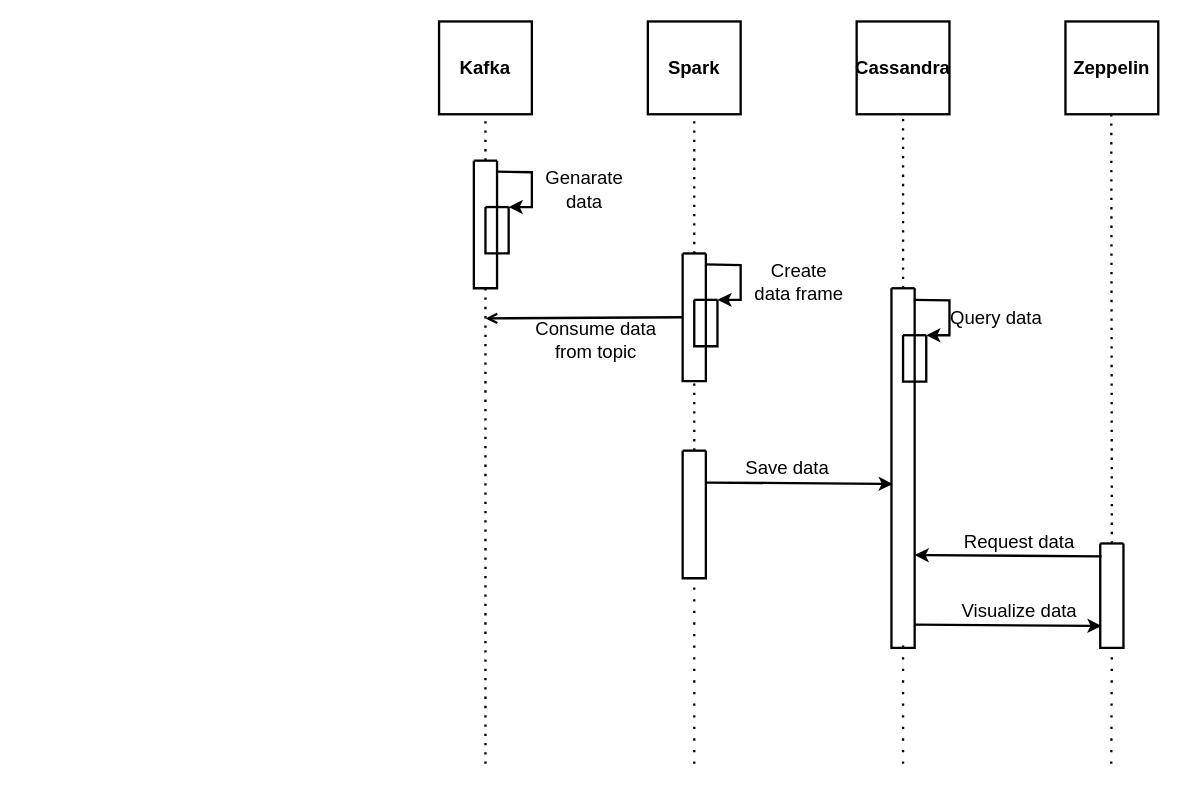
Before: sequence-diagram-thesis.drawio in datdonguyen99/demoGit, a draw.io diagram. Source tidied: cells renumbered, new cells numbered last; positions are measured from the earlier drawing's top-left corner, leaving out a move shared by most shapes. Both pictures are drawn from the tidied source at 116%, with x=0, y=0 at pixel (438, 21).
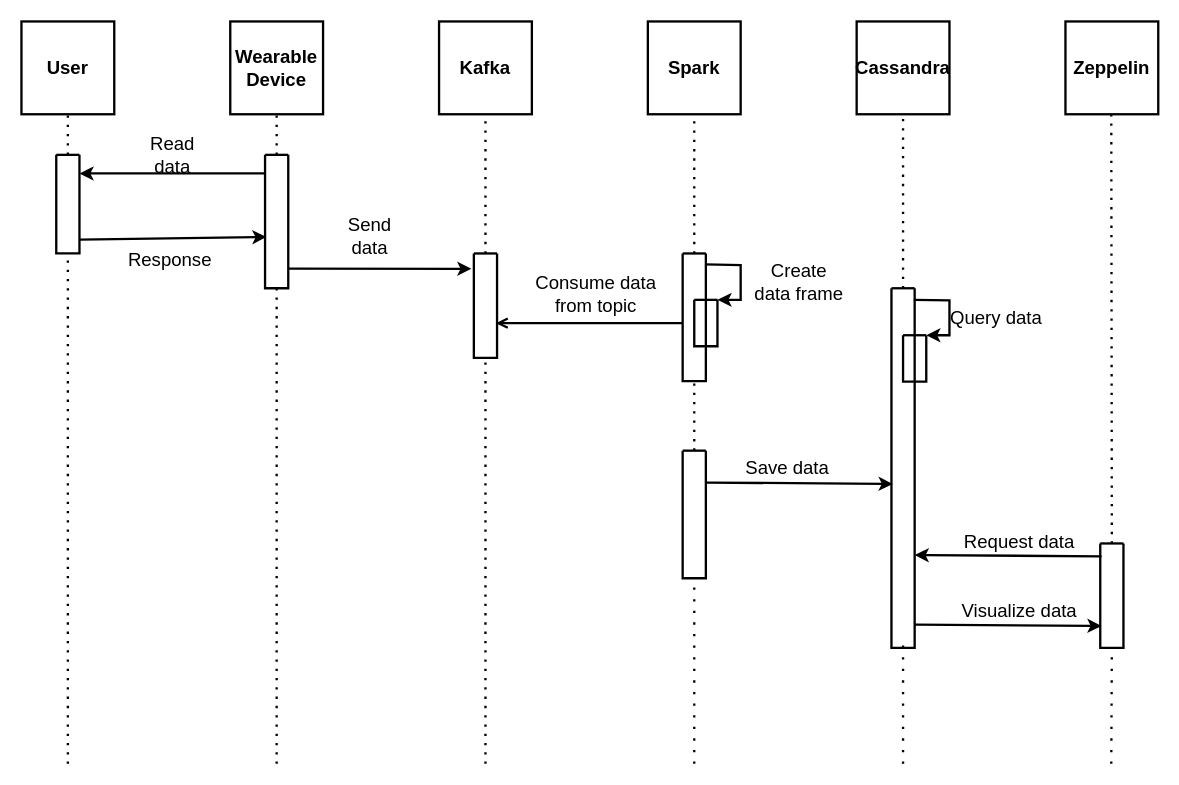
The same page after the edit.

Commit message:
Cập nhật sequence-diagram-thesis.drawio

Unchanged cells that the change refers to:
```xml
<mxCell id="16" style="swimlane;startSize=0;strokeWidth=2;fontSize=16;labelBackgroundColor=none;fillStyle=auto;" parent="1" vertex="1">
  <mxGeometry x="210" y="200" width="20" height="110" as="geometry" />
</mxCell>
```

Change to the diagram source:
```diff
@@
-    <mxCell id="11" style="swimlane;startSize=0;strokeWidth=2;fontSize=16;labelBackgroundColor=none;fillStyle=auto;" parent="1" vertex="1">
-      <mxGeometry x="40" y="160" width="20" height="40" as="geometry" />
-    </mxCell>
@@
     <mxCell id="13" style="swimlane;startSize=0;strokeWidth=2;fontSize=16;labelBackgroundColor=none;fillStyle=auto;" parent="1" vertex="1">
-      <mxGeometry x="30" y="120" width="20" height="110" as="geometry" />
+      <mxGeometry x="30" y="200" width="20" height="90" as="geometry" />
     </mxCell>
-    <mxCell id="14" style="endArrow=classic;html=1;rounded=0;strokeWidth=2;fontSize=16;exitX=0.964;exitY=0.086;exitDx=0;exitDy=0;exitPerimeter=0;entryX=1;entryY=0;entryDx=0;entryDy=0;" parent="1" edge="1" source="13" target="11">
-      <mxGeometry relative="1" as="geometry">
-        <Array as="points">
-          <mxPoint x="80" y="130" />
-          <mxPoint x="80" y="160" />
-        </Array>
-      </mxGeometry>
-    </mxCell>
@@
-    <mxCell id="18" style="endArrow=open;html=1;rounded=0;strokeWidth=2;fontSize=16;exitX=0;exitY=0.5;exitDx=0;exitDy=0;endFill=0;" parent="1" edge="1" source="16">
+    <mxCell id="18" style="endArrow=open;html=1;rounded=0;strokeWidth=2;fontSize=16;endFill=0;entryX=0.95;entryY=0.668;entryDx=0;entryDy=0;entryPerimeter=0;" parent="1" edge="1" target="13">
       <mxGeometry relative="1" as="geometry">
-        <mxPoint x="40" y="256" as="targetPoint" />
+        <mxPoint x="210" y="260" as="sourcePoint" />
       </mxGeometry>
     </mxCell>
@@
-    <mxCell id="27" value="Genarate&lt;br&gt;data" style="text;html=1;align=center;verticalAlign=middle;strokeColor=none;fillColor=none;fontSize=16;" parent="1" vertex="1">
-      <mxGeometry x="80" y="120" width="90" height="50" as="geometry" />
-    </mxCell>
@@
     <mxCell id="29" value="Consume data&lt;br&gt;from topic" style="text;html=1;align=center;verticalAlign=middle;strokeColor=none;fillColor=none;fontSize=16;" parent="1" vertex="1">
-      <mxGeometry x="70" y="250" width="130" height="50" as="geometry" />
+      <mxGeometry x="70" y="210" width="130" height="50" as="geometry" />
     </mxCell>
@@
+    <mxCell id="37" value="&lt;b&gt;&lt;font style=&quot;font-size: 16px;&quot;&gt;Wearable Device&lt;/font&gt;&lt;/b&gt;" style="whiteSpace=wrap;html=1;strokeWidth=2;" parent="1" vertex="1">
+      <mxGeometry x="-180" width="80" height="80" as="geometry" />
+    </mxCell>
+    <mxCell id="38" style="endArrow=none;dashed=1;html=1;dashPattern=1 3;strokeWidth=2;rounded=0;fontSize=16;entryX=0.5;entryY=1;entryDx=0;entryDy=0;exitX=0.5;exitY=0;exitDx=0;exitDy=0;" parent="1" edge="1" source="40" target="37">
+      <mxGeometry relative="1" as="geometry" />
+    </mxCell>
+    <mxCell id="39" style="endArrow=none;dashed=1;html=1;dashPattern=1 3;strokeWidth=2;rounded=0;fontSize=16;entryX=0.5;entryY=1;entryDx=0;entryDy=0;" parent="1" edge="1" target="40">
+      <mxGeometry relative="1" as="geometry">
+        <mxPoint x="-140" y="640" as="sourcePoint" />
+      </mxGeometry>
+    </mxCell>
+    <mxCell id="40" style="swimlane;startSize=0;strokeWidth=2;fontSize=16;labelBackgroundColor=none;fillStyle=auto;" parent="1" vertex="1">
+      <mxGeometry x="-150" y="115" width="20" height="115" as="geometry" />
+    </mxCell>
+    <mxCell id="41" value="&lt;b&gt;&lt;font style=&quot;font-size: 16px;&quot;&gt;User&lt;/font&gt;&lt;/b&gt;" style="whiteSpace=wrap;html=1;strokeWidth=2;" parent="1" vertex="1">
+      <mxGeometry x="-360" width="80" height="80" as="geometry" />
+    </mxCell>
+    <mxCell id="42" style="endArrow=none;dashed=1;html=1;dashPattern=1 3;strokeWidth=2;rounded=0;fontSize=16;entryX=0.5;entryY=1;entryDx=0;entryDy=0;exitX=0.5;exitY=0;exitDx=0;exitDy=0;" parent="1" edge="1" source="44" target="41">
+      <mxGeometry relative="1" as="geometry" />
+    </mxCell>
+    <mxCell id="43" style="endArrow=none;dashed=1;html=1;dashPattern=1 3;strokeWidth=2;rounded=0;fontSize=16;entryX=0.5;entryY=1;entryDx=0;entryDy=0;" parent="1" edge="1" target="44">
+      <mxGeometry relative="1" as="geometry">
+        <mxPoint x="-320" y="640" as="sourcePoint" />
+      </mxGeometry>
+    </mxCell>
+    <mxCell id="44" style="swimlane;startSize=0;strokeWidth=2;fontSize=16;labelBackgroundColor=none;fillStyle=auto;" parent="1" vertex="1">
+      <mxGeometry x="-330" y="115" width="20" height="85" as="geometry" />
+    </mxCell>
+    <mxCell id="45" value="Send&lt;br&gt;data" style="text;html=1;align=center;verticalAlign=middle;strokeColor=none;fillColor=none;fontSize=16;" parent="1" vertex="1">
+      <mxGeometry x="-90" y="160" width="60" height="50" as="geometry" />
+    </mxCell>
+    <mxCell id="46" style="endArrow=classic;html=1;rounded=0;entryX=-0.105;entryY=0.147;entryDx=0;entryDy=0;entryPerimeter=0;strokeWidth=2;" parent="1" edge="1" target="13">
+      <mxGeometry relative="1" as="geometry">
+        <mxPoint x="-130" y="213" as="sourcePoint" />
+      </mxGeometry>
+    </mxCell>
+    <mxCell id="47" style="endArrow=classic;html=1;rounded=0;strokeWidth=2;" parent="1" edge="1">
+      <mxGeometry relative="1" as="geometry">
+        <mxPoint x="-150" y="131" as="sourcePoint" />
+        <mxPoint x="-310" y="131" as="targetPoint" />
+      </mxGeometry>
+    </mxCell>
+    <mxCell id="48" value="Read&lt;br&gt;data" style="text;html=1;align=center;verticalAlign=middle;strokeColor=none;fillColor=none;fontSize=16;" parent="1" vertex="1">
+      <mxGeometry x="-260" y="90" width="60" height="50" as="geometry" />
+    </mxCell>
+    <mxCell id="49" style="endArrow=classic;html=1;rounded=0;entryX=0.061;entryY=0.616;entryDx=0;entryDy=0;entryPerimeter=0;strokeWidth=2;exitX=1.006;exitY=0.859;exitDx=0;exitDy=0;exitPerimeter=0;" parent="1" edge="1" source="44" target="40">
+      <mxGeometry relative="1" as="geometry" />
+    </mxCell>
+    <mxCell id="50" value="Response&amp;nbsp;" style="text;html=1;align=center;verticalAlign=middle;strokeColor=none;fillColor=none;fontSize=16;" parent="1" vertex="1">
+      <mxGeometry x="-280" y="190" width="100" height="30" as="geometry" />
+    </mxCell>
```
